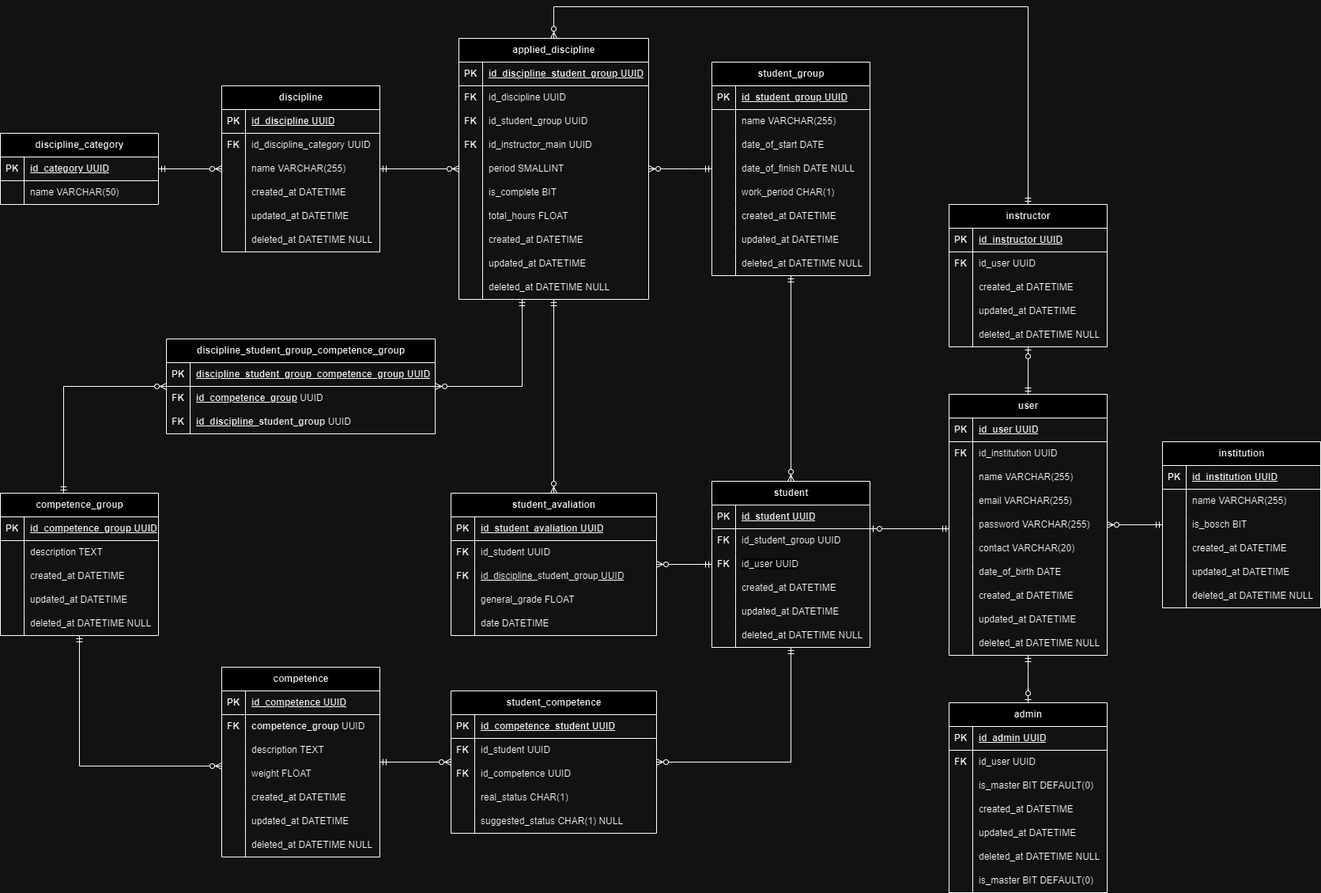
The draw.io diagram docs/Databse/ETSystemDB.drawio.png in AndreLuisPLuz/ETSystemBack, before a commit. Source tidied: cells renumbered, new cells last; positions are measured from the earlier drawing's top-left corner, leaving out a move shared by most shapes.
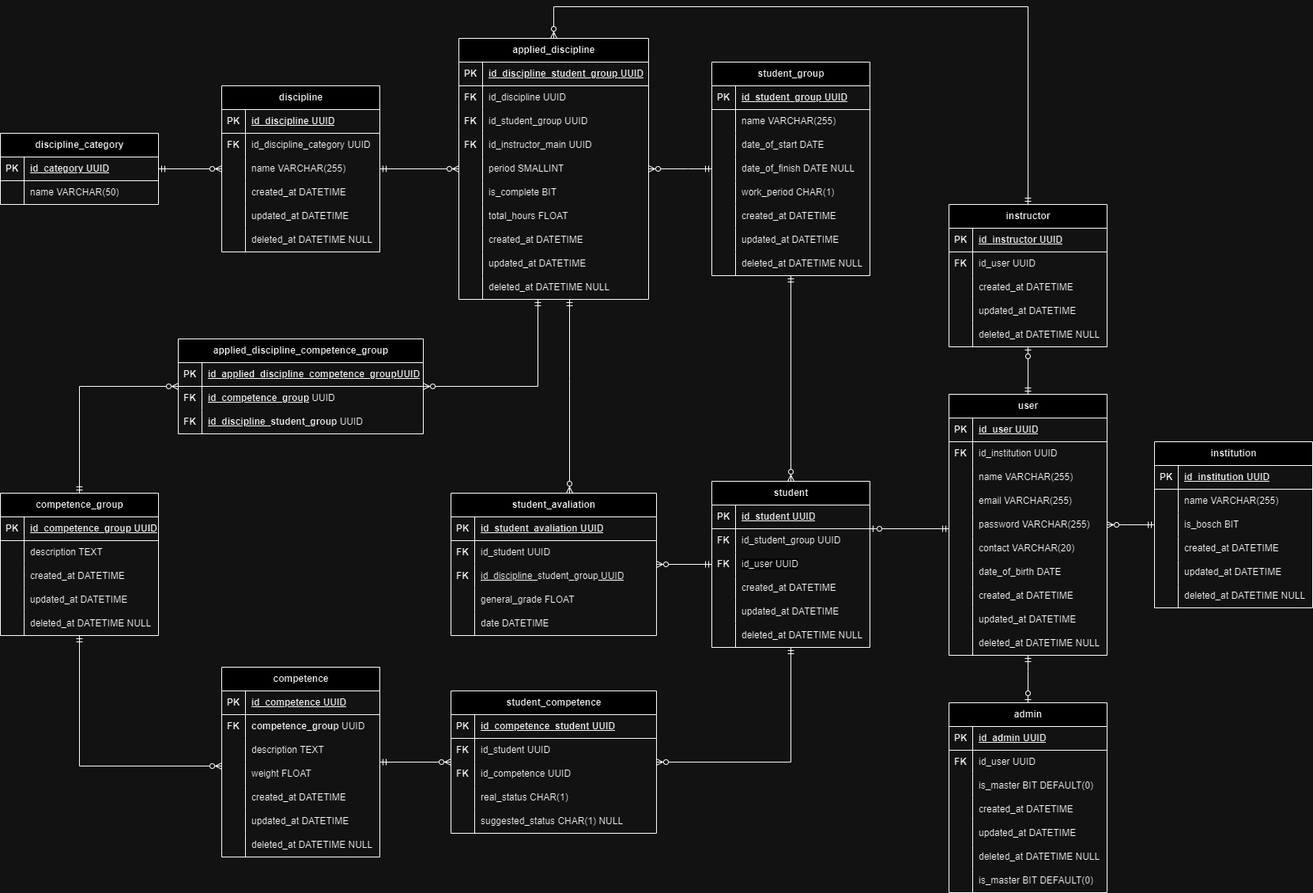
Later version of the same file.

Commit message:
fix: entity name

The edit, as a diff of the source:
```diff
@@ -3,7 +3,7 @@
     <mxCell id="0" />
     <mxCell id="1" parent="0" />
     <mxCell id="2" value="institution" style="shape=table;startSize=30;rowLines=0;fontStyle=1;align=center;html=1;" parent="1" vertex="1">
-      <mxGeometry x="1470" y="550" width="200" height="210" as="geometry" />
+      <mxGeometry x="1460" y="550" width="200" height="210" as="geometry" />
     </mxCell>
     <mxCell id="3" style="shape=tableRow;horizontal=0;startSize=0;swimlaneHead=0;swimlaneBody=0;fillColor=none;top=0;left=0;right=0;bottom=1;" parent="2" vertex="1">
       <mxGeometry y="30" width="200" height="30" as="geometry" />
@@ -526,7 +526,7 @@
     <mxCell id="169" style="edgeStyle=orthogonalEdgeStyle;rounded=0;jettySize=auto;html=1;endArrow=ERzeroToMany;endFill=0;startArrow=ERmandOne;startFill=0;" parent="1" edge="1" source="170" target="259">
       <mxGeometry relative="1" as="geometry">
         <Array as="points">
-          <mxPoint x="660" y="480" />
+          <mxPoint x="680" y="480" />
         </Array>
       </mxGeometry>
     </mxCell>
@@ -633,7 +633,7 @@
     <mxCell id="202" style="edgeStyle=orthogonalEdgeStyle;rounded=0;jettySize=auto;html=1;endArrow=ERzeroToMany;endFill=0;startArrow=ERmandOne;startFill=0;" parent="1" edge="1" source="203" target="259">
       <mxGeometry relative="1" as="geometry">
         <Array as="points">
-          <mxPoint x="80" y="480" />
+          <mxPoint x="100" y="480" />
         </Array>
       </mxGeometry>
     </mxCell>
@@ -805,41 +805,46 @@
     <mxCell id="258" value="suggested_status CHAR(1) NULL" style="shape=partialRectangle;fillColor=none;top=0;left=0;bottom=0;right=0;align=left;spacingLeft=6;overflow=hidden;whiteSpace=wrap;html=1;" parent="256" vertex="1">
       <mxGeometry x="30" width="230" height="30" as="geometry" />
     </mxCell>
-    <mxCell id="259" value="discipline_student_group_competence_group" style="shape=table;startSize=30;rowLines=0;fontStyle=1;align=center;html=1;" parent="1" vertex="1">
-      <mxGeometry x="210" y="420" width="340" height="120" as="geometry" />
+    <mxCell id="259" value="applied_discipline_competence_group" style="shape=table;startSize=30;rowLines=0;fontStyle=1;align=center;html=1;" parent="1" vertex="1">
+      <mxGeometry x="225" y="420" width="310" height="120" as="geometry" />
     </mxCell>
     <mxCell id="260" style="shape=tableRow;horizontal=0;startSize=0;swimlaneHead=0;swimlaneBody=0;fillColor=none;top=0;left=0;right=0;bottom=1;" parent="259" vertex="1">
-      <mxGeometry y="30" width="340" height="30" as="geometry" />
+      <mxGeometry y="30" width="310" height="30" as="geometry" />
     </mxCell>
     <mxCell id="261" value="PK" style="shape=partialRectangle;fillColor=none;top=0;left=0;bottom=0;right=0;fontStyle=1;overflow=hidden;whiteSpace=wrap;html=1;" parent="260" vertex="1">
       <mxGeometry width="30" height="30" as="geometry" />
     </mxCell>
-    <mxCell id="262" value="&lt;span style=&quot;text-align: center; text-wrap: nowrap;&quot;&gt;discipline_&lt;/span&gt;&lt;span style=&quot;text-align: center; text-wrap: nowrap;&quot;&gt;student_group&lt;/span&gt;&lt;span style=&quot;text-align: center; text-wrap: nowrap;&quot;&gt;_competence_group&lt;/span&gt;&amp;nbsp;UUID" style="shape=partialRectangle;fillColor=none;top=0;left=0;bottom=0;right=0;align=left;spacingLeft=6;fontStyle=5;overflow=hidden;whiteSpace=wrap;html=1;" parent="260" vertex="1">
-      <mxGeometry x="30" width="310" height="30" as="geometry" />
+    <mxCell id="262" value="&lt;div style=&quot;text-align: center;&quot;&gt;&lt;span style=&quot;background-color: initial;&quot;&gt;&lt;span style=&quot;text-wrap: nowrap;&quot;&gt;id_&lt;/span&gt;&lt;/span&gt;&lt;span style=&quot;text-wrap: nowrap; background-color: initial;&quot;&gt;applied_discipline_competence_group&lt;/span&gt;&lt;span style=&quot;background-color: initial;&quot;&gt;UUID&lt;/span&gt;&lt;/div&gt;" style="shape=partialRectangle;fillColor=none;top=0;left=0;bottom=0;right=0;align=left;spacingLeft=6;fontStyle=5;overflow=hidden;whiteSpace=wrap;html=1;" parent="260" vertex="1">
+      <mxGeometry x="30" width="280" height="30" as="geometry" />
     </mxCell>
     <mxCell id="263" style="shape=tableRow;horizontal=0;startSize=0;swimlaneHead=0;swimlaneBody=0;fillColor=none;top=0;left=0;right=0;bottom=0;" parent="259" vertex="1">
-      <mxGeometry y="60" width="340" height="30" as="geometry" />
+      <mxGeometry y="60" width="310" height="30" as="geometry" />
     </mxCell>
     <mxCell id="264" value="&lt;b&gt;FK&lt;/b&gt;" style="shape=partialRectangle;fillColor=none;top=0;left=0;bottom=0;right=0;overflow=hidden;whiteSpace=wrap;html=1;" parent="263" vertex="1">
       <mxGeometry width="30" height="30" as="geometry" />
     </mxCell>
     <mxCell id="265" value="&lt;span style=&quot;font-weight: 700; text-decoration-line: underline;&quot;&gt;id_competence_group&lt;/span&gt;&amp;nbsp;UUID" style="shape=partialRectangle;fillColor=none;top=0;left=0;bottom=0;right=0;align=left;spacingLeft=6;overflow=hidden;whiteSpace=wrap;html=1;" parent="263" vertex="1">
-      <mxGeometry x="30" width="310" height="30" as="geometry" />
+      <mxGeometry x="30" width="280" height="30" as="geometry" />
     </mxCell>
     <mxCell id="266" style="shape=tableRow;horizontal=0;startSize=0;swimlaneHead=0;swimlaneBody=0;fillColor=none;top=0;left=0;right=0;bottom=0;" parent="259" vertex="1">
-      <mxGeometry y="90" width="340" height="30" as="geometry" />
+      <mxGeometry y="90" width="310" height="30" as="geometry" />
     </mxCell>
     <mxCell id="267" value="&lt;b&gt;FK&lt;/b&gt;" style="shape=partialRectangle;fillColor=none;top=0;left=0;bottom=0;right=0;overflow=hidden;whiteSpace=wrap;html=1;" parent="266" vertex="1">
       <mxGeometry width="30" height="30" as="geometry" />
     </mxCell>
     <mxCell id="268" value="&lt;span style=&quot;font-weight: 700; text-decoration-line: underline;&quot;&gt;id_discipline_&lt;/span&gt;&lt;span style=&quot;text-align: center; text-wrap: nowrap;&quot;&gt;&lt;b&gt;student_group&lt;/b&gt;&lt;/span&gt;&amp;nbsp;UUID" style="shape=partialRectangle;fillColor=none;top=0;left=0;bottom=0;right=0;align=left;spacingLeft=6;overflow=hidden;whiteSpace=wrap;html=1;" parent="266" vertex="1">
-      <mxGeometry x="30" width="310" height="30" as="geometry" />
+      <mxGeometry x="30" width="280" height="30" as="geometry" />
     </mxCell>
     <mxCell id="269" style="edgeStyle=orthogonalEdgeStyle;rounded=0;jettySize=auto;html=1;endArrow=ERmandOne;endFill=0;startArrow=ERzeroToMany;startFill=0;" parent="1" edge="1" source="271" target="95">
       <mxGeometry relative="1" as="geometry" />
     </mxCell>
     <mxCell id="270" style="edgeStyle=orthogonalEdgeStyle;rounded=0;jettySize=auto;html=1;endArrow=ERmandOne;endFill=0;startArrow=ERzeroToMany;startFill=0;" parent="1" edge="1" source="271" target="170">
-      <mxGeometry relative="1" as="geometry" />
+      <mxGeometry relative="1" as="geometry">
+        <Array as="points">
+          <mxPoint x="720" y="470" />
+          <mxPoint x="720" y="470" />
+        </Array>
+      </mxGeometry>
     </mxCell>
     <mxCell id="271" value="student_avaliation" style="shape=table;startSize=30;rowLines=0;fontStyle=1;align=center;html=1;" parent="1" vertex="1">
       <mxGeometry x="570" y="615" width="260" height="180" as="geometry" />
```
